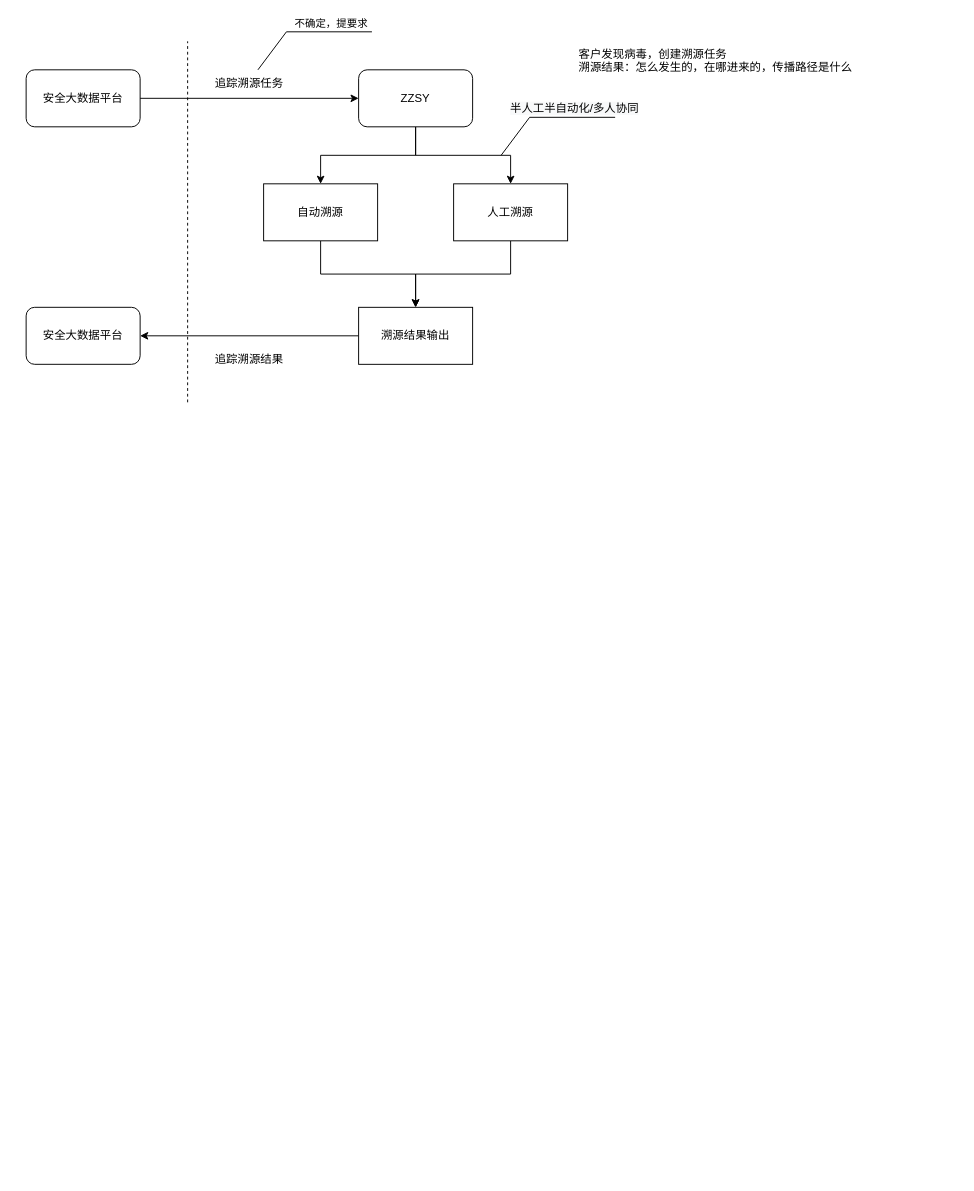
popvlovs/popvlovs-repository keeps this draw.io diagram as JDXH-workflow.drawio. Above is the earlier version. Source tidied: cells renumbered, new cells numbered last; positions are measured from the earlier drawing's top-left corner, leaving out a move shared by most shapes. Both pictures are drawn from the tidied source at 95%, with x=0, y=0 at pixel (26, 31).
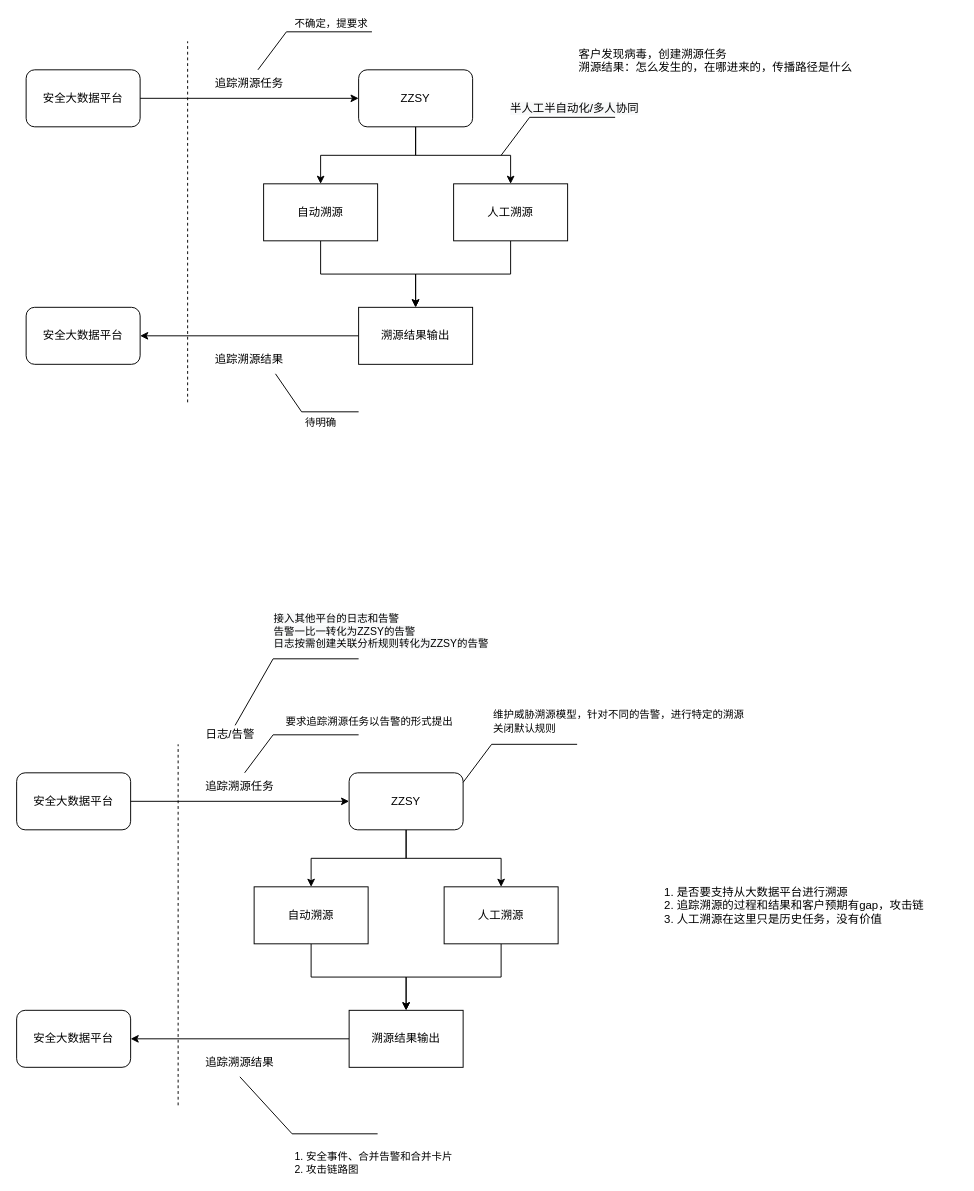
The same diagram, later.

Unchanged cells that the change refers to:
```xml
<mxCell id="18" value="追踪溯源结果" style="text;html=1;strokeColor=none;fillColor=none;align=center;verticalAlign=middle;whiteSpace=wrap;rounded=0;" parent="1" vertex="1">
  <mxGeometry x="180" y="330" width="110" height="30" as="geometry" />
</mxCell>
```

Diff of the diagram source:
```diff
@@
+    <mxCell id="22" style="edgeStyle=orthogonalEdgeStyle;rounded=0;jettySize=auto;html=1;" parent="1" edge="1" source="24" target="30">
+      <mxGeometry relative="1" as="geometry" />
+    </mxCell>
+    <mxCell id="23" style="edgeStyle=orthogonalEdgeStyle;rounded=0;jettySize=auto;html=1;exitX=0.5;exitY=1;exitDx=0;exitDy=0;" parent="1" edge="1" source="24" target="32">
+      <mxGeometry relative="1" as="geometry" />
+    </mxCell>
+    <mxCell id="24" value="ZZSY" style="rounded=1;whiteSpace=wrap;html=1;" parent="1" vertex="1">
+      <mxGeometry x="340" y="780" width="120" height="60" as="geometry" />
+    </mxCell>
+    <mxCell id="25" style="endArrow=none;dashed=1;html=1;rounded=0;" parent="1" edge="1">
+      <mxGeometry relative="1" as="geometry">
+        <mxPoint x="160" y="1130" as="sourcePoint" />
+        <mxPoint x="160" y="750" as="targetPoint" />
+      </mxGeometry>
+    </mxCell>
+    <mxCell id="26" value="安全大数据平台" style="rounded=1;whiteSpace=wrap;html=1;" parent="1" vertex="1">
+      <mxGeometry x="-10" y="780" width="120" height="60" as="geometry" />
+    </mxCell>
+    <mxCell id="27" style="endArrow=classic;html=1;rounded=0;exitX=1;exitY=0.5;exitDx=0;exitDy=0;entryX=0;entryY=0.5;entryDx=0;entryDy=0;" parent="1" edge="1" source="26" target="24">
+      <mxGeometry relative="1" as="geometry" />
+    </mxCell>
+    <mxCell id="28" value="1. 是否要支持从大数据平台进行溯源&lt;br&gt;&lt;div&gt;&lt;span&gt;2. 追踪溯源的过程和结果和客户预期有gap，攻击链&lt;/span&gt;&lt;/div&gt;&lt;div&gt;&lt;span&gt;3. 人工溯源在这里只是历史任务，没有价值&lt;/span&gt;&lt;/div&gt;" style="text;html=1;strokeColor=none;fillColor=none;align=left;verticalAlign=middle;whiteSpace=wrap;rounded=0;" parent="1" vertex="1">
+      <mxGeometry x="670" y="890" width="310" height="60" as="geometry" />
+    </mxCell>
+    <mxCell id="29" style="edgeStyle=orthogonalEdgeStyle;rounded=0;jettySize=auto;html=1;" parent="1" edge="1" source="30" target="34">
+      <mxGeometry relative="1" as="geometry" />
+    </mxCell>
+    <mxCell id="30" value="自动溯源" style="rounded=0;whiteSpace=wrap;html=1;" parent="1" vertex="1">
+      <mxGeometry x="240" y="900" width="120" height="60" as="geometry" />
+    </mxCell>
+    <mxCell id="31" style="edgeStyle=orthogonalEdgeStyle;rounded=0;jettySize=auto;html=1;exitX=0.5;exitY=1;exitDx=0;exitDy=0;entryX=0.5;entryY=0;entryDx=0;entryDy=0;" parent="1" edge="1" source="32" target="34">
+      <mxGeometry relative="1" as="geometry" />
+    </mxCell>
+    <mxCell id="32" value="人工溯源" style="rounded=0;whiteSpace=wrap;html=1;" parent="1" vertex="1">
+      <mxGeometry x="440" y="900" width="120" height="60" as="geometry" />
+    </mxCell>
+    <mxCell id="33" style="edgeStyle=orthogonalEdgeStyle;rounded=0;jettySize=auto;html=1;exitX=0;exitY=0.5;exitDx=0;exitDy=0;" parent="1" edge="1" source="34" target="35">
+      <mxGeometry relative="1" as="geometry" />
+    </mxCell>
+    <mxCell id="34" value="溯源结果输出" style="rounded=0;whiteSpace=wrap;html=1;" parent="1" vertex="1">
+      <mxGeometry x="340" y="1030" width="120" height="60" as="geometry" />
+    </mxCell>
+    <mxCell id="35" value="安全大数据平台" style="rounded=1;whiteSpace=wrap;html=1;" parent="1" vertex="1">
+      <mxGeometry x="-10" y="1030" width="120" height="60" as="geometry" />
+    </mxCell>
+    <mxCell id="36" value="追踪溯源结果" style="text;html=1;strokeColor=none;fillColor=none;align=center;verticalAlign=middle;whiteSpace=wrap;rounded=0;" parent="1" vertex="1">
+      <mxGeometry x="170" y="1070" width="110" height="30" as="geometry" />
+    </mxCell>
+    <mxCell id="37" value="日志/告警" style="text;html=1;strokeColor=none;fillColor=none;align=center;verticalAlign=middle;whiteSpace=wrap;rounded=0;" parent="1" vertex="1">
+      <mxGeometry x="160" y="725" width="110" height="30" as="geometry" />
+    </mxCell>
+    <mxCell id="38" style="endArrow=none;html=1;rounded=0;endFill=0;" parent="1" edge="1">
+      <mxGeometry relative="1" as="geometry">
+        <mxPoint x="220" y="730" as="sourcePoint" />
+        <mxPoint x="350" y="660" as="targetPoint" />
+        <Array as="points">
+          <mxPoint x="260" y="660" />
+        </Array>
+      </mxGeometry>
+    </mxCell>
+    <mxCell id="39" value="&lt;span style=&quot;background-color: rgb(248 , 249 , 250)&quot;&gt;接入其他平台的日志和告警&lt;br&gt;告警一比一转化为ZZSY的告警&lt;br&gt;日志按需创建关联分析规则转化为ZZSY的告警&lt;br&gt;&lt;/span&gt;" style="edgeLabel;html=1;align=left;verticalAlign=middle;" parent="38" vertex="1">
+      <mxGeometry relative="1" as="geometry">
+        <mxPoint x="-5" y="-30" as="offset" />
+      </mxGeometry>
+    </mxCell>
+    <mxCell id="40" style="endArrow=none;html=1;rounded=0;endFill=0;" parent="1" edge="1">
+      <mxGeometry relative="1" as="geometry">
+        <mxPoint x="460" y="790" as="sourcePoint" />
+        <mxPoint x="580" y="750" as="targetPoint" />
+        <Array as="points">
+          <mxPoint x="490" y="750" />
+        </Array>
+      </mxGeometry>
+    </mxCell>
+    <mxCell id="41" value="维护威胁溯源模型，针对不同的告警，进行特定的溯源&lt;br&gt;关闭默认规则" style="edgeLabel;html=1;align=left;verticalAlign=middle;" parent="40" vertex="1">
+      <mxGeometry relative="1" as="geometry">
+        <mxPoint x="-20" y="-25" as="offset" />
+      </mxGeometry>
+    </mxCell>
+    <mxCell id="42" value="追踪溯源任务" style="text;html=1;strokeColor=none;fillColor=none;align=center;verticalAlign=middle;whiteSpace=wrap;rounded=0;" parent="1" vertex="1">
+      <mxGeometry x="170" y="780" width="110" height="30" as="geometry" />
+    </mxCell>
+    <mxCell id="43" style="endArrow=none;html=1;rounded=0;endFill=0;" parent="1" edge="1">
+      <mxGeometry relative="1" as="geometry">
+        <mxPoint x="230" y="780" as="sourcePoint" />
+        <mxPoint x="350" y="740" as="targetPoint" />
+        <Array as="points">
+          <mxPoint x="260" y="740" />
+        </Array>
+      </mxGeometry>
+    </mxCell>
+    <mxCell id="44" value="要求追踪溯源任务以告警的形式提出" style="edgeLabel;html=1;align=center;verticalAlign=middle;" parent="43" vertex="1">
+      <mxGeometry relative="1" as="geometry">
+        <mxPoint x="80" y="-15" as="offset" />
+      </mxGeometry>
+    </mxCell>
+    <mxCell id="45" style="endArrow=none;html=1;rounded=0;endFill=0;exitX=0.5;exitY=1;exitDx=0;exitDy=0;" parent="1" edge="1" source="36">
+      <mxGeometry relative="1" as="geometry">
+        <mxPoint x="370" y="1160" as="targetPoint" />
+        <Array as="points">
+          <mxPoint x="280" y="1160" />
+        </Array>
+      </mxGeometry>
+    </mxCell>
+    <mxCell id="46" value="1. 安全事件、合并告警和合并卡片&lt;br&gt;2. 攻击链路图" style="edgeLabel;html=1;align=left;verticalAlign=middle;" parent="45" vertex="1">
+      <mxGeometry relative="1" as="geometry">
+        <mxPoint x="-4" y="30" as="offset" />
+      </mxGeometry>
+    </mxCell>
+    <mxCell id="47" style="endArrow=none;html=1;rounded=0;endFill=0;exitX=0.75;exitY=1;exitDx=0;exitDy=0;" parent="1" edge="1" source="18">
+      <mxGeometry relative="1" as="geometry">
+        <mxPoint x="350" y="400" as="targetPoint" />
+        <Array as="points">
+          <mxPoint x="290" y="400" />
+        </Array>
+      </mxGeometry>
+    </mxCell>
+    <mxCell id="48" value="待明确" style="edgeLabel;html=1;align=center;verticalAlign=middle;" parent="47" vertex="1">
+      <mxGeometry relative="1" as="geometry">
+        <mxPoint x="14" y="10" as="offset" />
+      </mxGeometry>
+    </mxCell>
```
